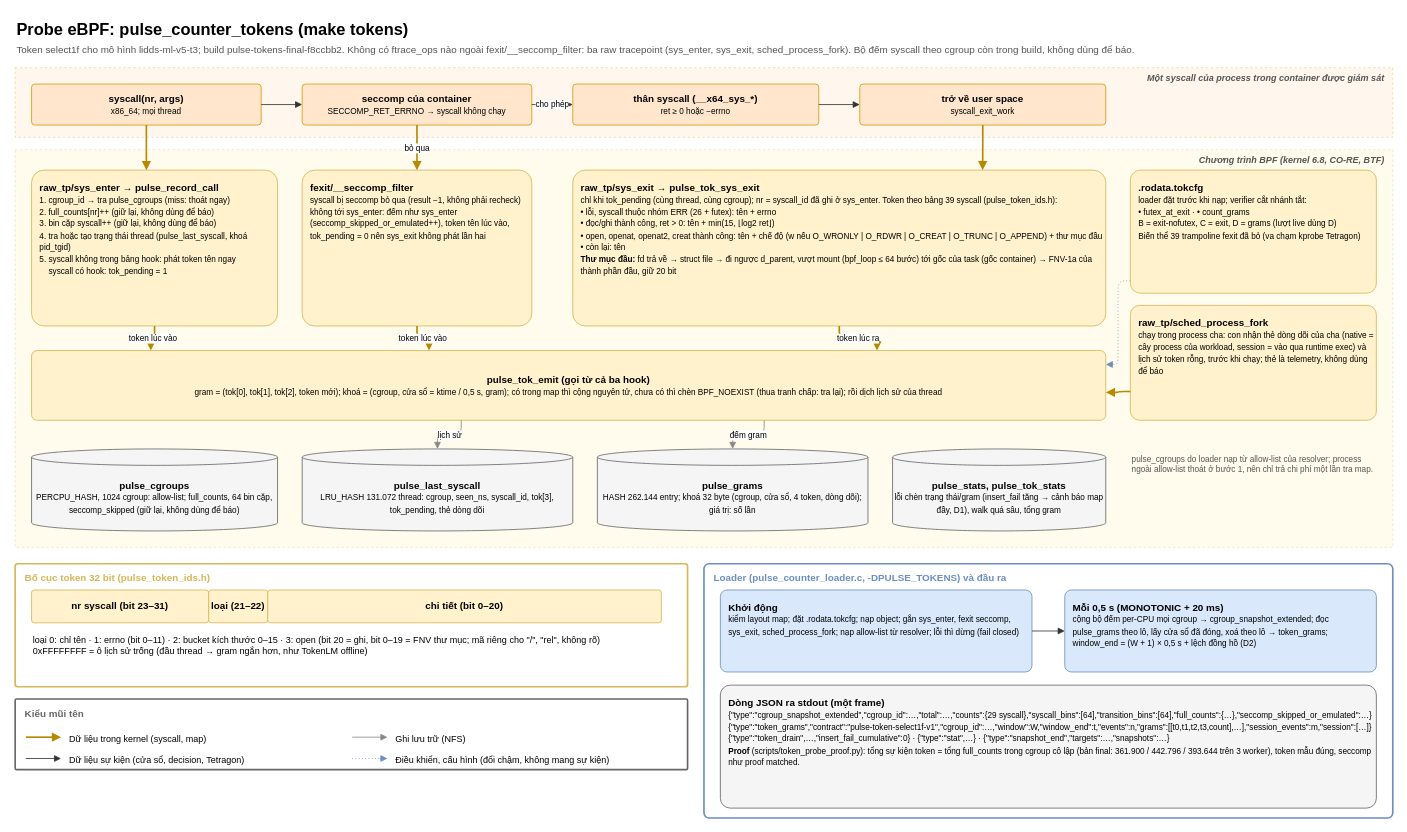
This is page "2. Probe eBPF trong kernel" (2 of 5) of docs/architecture/sentinel-pulse-architecture.drawio from tndat-dev/eBPF-project, a draw.io file, before an edit. Source tidied: cells renumbered, new cells numbered last; positions are measured from the earlier drawing's top-left corner, leaving out a move shared by most shapes. Both pictures are drawn from the tidied source at 82%, with x=0, y=0 at pixel (15, 14).
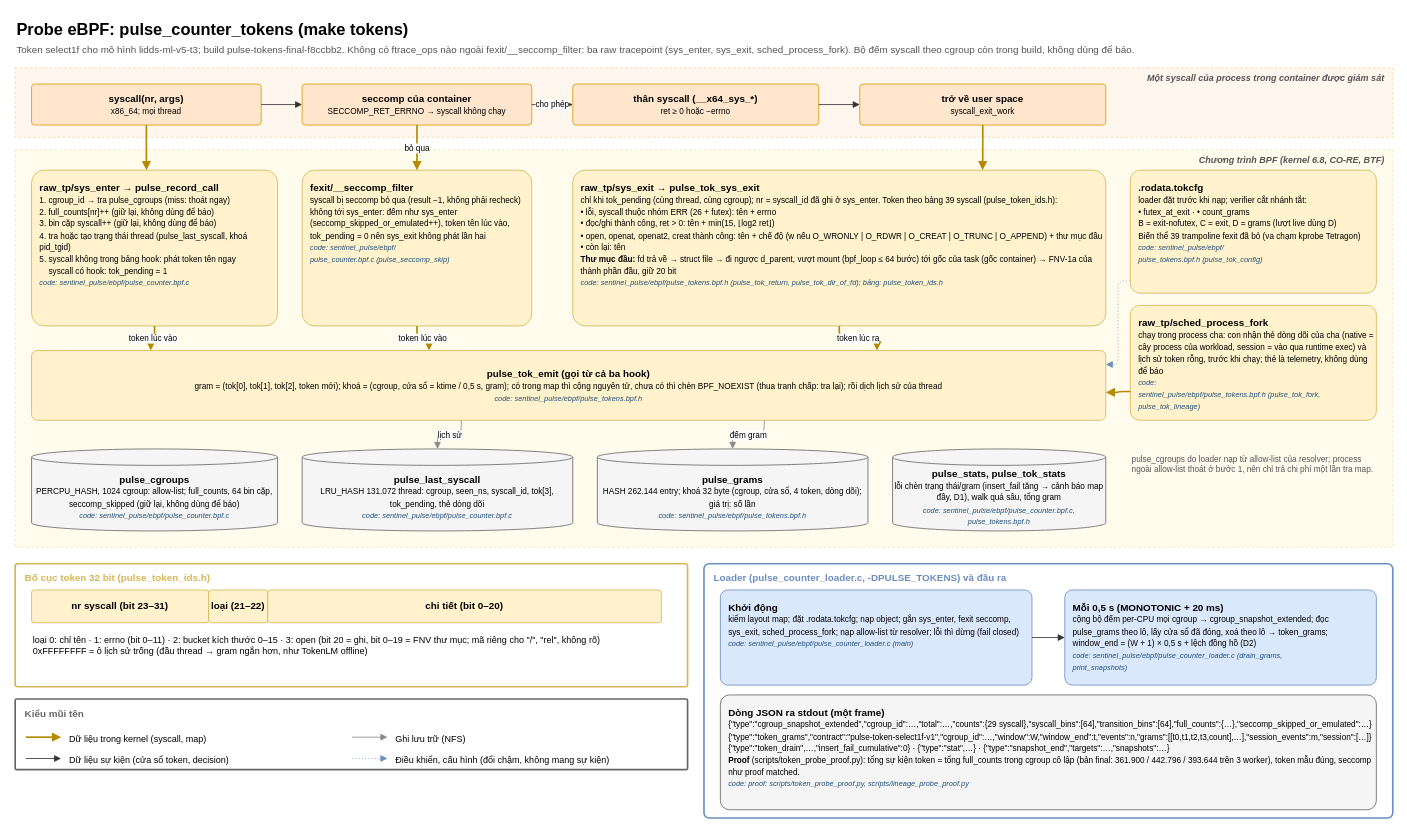
The same page after the edit.

Diff of the diagram source:
```diff
@@
-    <mxCell id="13" value="&lt;b&gt;raw_tp/sys_enter → pulse_record_call&lt;/b&gt;&lt;br&gt;&lt;font style=&quot;font-size:10px&quot;&gt;1. cgroup_id → tra pulse_cgroups (miss: thoát ngay)&lt;br&gt;2. full_counts[nr]++ (giữ lại, không dùng để báo)&lt;br&gt;3. bin cặp syscall++ (giữ lại, không dùng để báo)&lt;br&gt;4. tra hoặc tạo trạng thái thread (pulse_last_syscall, khoá pid_tgid)&lt;br&gt;5. syscall không trong bảng hook: phát token tên ngay&lt;br&gt;&amp;nbsp;&amp;nbsp;&amp;nbsp;&amp;nbsp;syscall có hook: tok_pending = 1&lt;/font&gt;" style="rounded=1;whiteSpace=wrap;html=1;fillColor=#FFF2CC;strokeColor=#D6B656;arcSize=8;fontSize=12;align=left;spacing=4;verticalAlign=top;spacingTop=6;spacingLeft=6;" parent="1" vertex="1">
+    <mxCell id="13" value="&lt;b&gt;raw_tp/sys_enter → pulse_record_call&lt;/b&gt;&lt;br&gt;&lt;font style=&quot;font-size:10px&quot;&gt;1. cgroup_id → tra pulse_cgroups (miss: thoát ngay)&lt;br&gt;2. full_counts[nr]++ (giữ lại, không dùng để báo)&lt;br&gt;3. bin cặp syscall++ (giữ lại, không dùng để báo)&lt;br&gt;4. tra hoặc tạo trạng thái thread (pulse_last_syscall, khoá pid_tgid)&lt;br&gt;5. syscall không trong bảng hook: phát token tên ngay&lt;br&gt;&amp;nbsp;&amp;nbsp;&amp;nbsp;&amp;nbsp;syscall có hook: tok_pending = 1&lt;/font&gt;&lt;br&gt;&lt;font style=&quot;font-size:9px&quot; color=&quot;#1F4E79&quot;&gt;&lt;i&gt;code: sentinel_pulse/ebpf/pulse_counter.bpf.c&lt;/i&gt;&lt;/font&gt;" style="rounded=1;whiteSpace=wrap;html=1;fillColor=#FFF2CC;strokeColor=#D6B656;arcSize=8;fontSize=12;align=left;spacing=4;verticalAlign=top;spacingTop=6;spacingLeft=6;" parent="1" vertex="1">
       <mxGeometry x="20" y="190" width="300" height="190" as="geometry" />
     </mxCell>
-    <mxCell id="14" value="&lt;b&gt;fexit/__seccomp_filter&lt;/b&gt;&lt;br&gt;&lt;font style=&quot;font-size:10px&quot;&gt;syscall bị seccomp bỏ qua (result −1, không phải recheck) không tới sys_enter: đếm như sys_enter (seccomp_skipped_or_emulated++), token tên lúc vào, tok_pending = 0 nên sys_exit không phát lần hai&lt;/font&gt;" style="rounded=1;whiteSpace=wrap;html=1;fillColor=#FFF2CC;strokeColor=#D6B656;arcSize=8;fontSize=12;align=left;spacing=4;verticalAlign=top;spacingTop=6;spacingLeft=6;" parent="1" vertex="1">
+    <mxCell id="14" value="&lt;b&gt;fexit/__seccomp_filter&lt;/b&gt;&lt;br&gt;&lt;font style=&quot;font-size:10px&quot;&gt;syscall bị seccomp bỏ qua (result −1, không phải recheck) không tới sys_enter: đếm như sys_enter (seccomp_skipped_or_emulated++), token tên lúc vào, tok_pending = 0 nên sys_exit không phát lần hai&lt;/font&gt;&lt;br&gt;&lt;font style=&quot;font-size:9px&quot; color=&quot;#1F4E79&quot;&gt;&lt;i&gt;code: sentinel_pulse/ebpf/&lt;br&gt;pulse_counter.bpf.c (pulse_seccomp_skip)&lt;/i&gt;&lt;/font&gt;" style="rounded=1;whiteSpace=wrap;html=1;fillColor=#FFF2CC;strokeColor=#D6B656;arcSize=8;fontSize=12;align=left;spacing=4;verticalAlign=top;spacingTop=6;spacingLeft=6;" parent="1" vertex="1">
       <mxGeometry x="350" y="190" width="280" height="190" as="geometry" />
     </mxCell>
-    <mxCell id="15" value="&lt;b&gt;raw_tp/sys_exit → pulse_tok_sys_exit&lt;/b&gt;&lt;br&gt;&lt;font style=&quot;font-size:10px&quot;&gt;chỉ khi tok_pending (cùng thread, cùng cgroup); nr = syscall_id đã ghi ở sys_enter. Token theo bảng 39 syscall (pulse_token_ids.h):&lt;br&gt;• lỗi, syscall thuộc nhóm ERR (26 + futex): tên + errno&lt;br&gt;• đọc/ghi thành công, ret &amp;gt; 0: tên + min(15, ⌊log2 ret⌋)&lt;br&gt;• open, openat, openat2, creat thành công: tên + chế độ (w nếu O_WRONLY | O_RDWR | O_CREAT | O_TRUNC | O_APPEND) + thư mục đầu&lt;br&gt;• còn lại: tên&lt;br&gt;&lt;b&gt;Thư mục đầu:&lt;/b&gt; fd trả về → struct file → đi ngược d_parent, vượt mount (bpf_loop ≤ 64 bước) tới gốc của task (gốc container) → FNV-1a của thành phần đầu, giữ 20 bit&lt;/font&gt;" style="rounded=1;whiteSpace=wrap;html=1;fillColor=#FFF2CC;strokeColor=#D6B656;arcSize=8;fontSize=12;align=left;spacing=4;verticalAlign=top;spacingTop=6;spacingLeft=6;" parent="1" vertex="1">
+    <mxCell id="15" value="&lt;b&gt;raw_tp/sys_exit → pulse_tok_sys_exit&lt;/b&gt;&lt;br&gt;&lt;font style=&quot;font-size:10px&quot;&gt;chỉ khi tok_pending (cùng thread, cùng cgroup); nr = syscall_id đã ghi ở sys_enter. Token theo bảng 39 syscall (pulse_token_ids.h):&lt;br&gt;• lỗi, syscall thuộc nhóm ERR (26 + futex): tên + errno&lt;br&gt;• đọc/ghi thành công, ret &amp;gt; 0: tên + min(15, ⌊log2 ret⌋)&lt;br&gt;• open, openat, openat2, creat thành công: tên + chế độ (w nếu O_WRONLY | O_RDWR | O_CREAT | O_TRUNC | O_APPEND) + thư mục đầu&lt;br&gt;• còn lại: tên&lt;br&gt;&lt;b&gt;Thư mục đầu:&lt;/b&gt; fd trả về → struct file → đi ngược d_parent, vượt mount (bpf_loop ≤ 64 bước) tới gốc của task (gốc container) → FNV-1a của thành phần đầu, giữ 20 bit&lt;/font&gt;&lt;br&gt;&lt;font style=&quot;font-size:9px&quot; color=&quot;#1F4E79&quot;&gt;&lt;i&gt;code: sentinel_pulse/ebpf/pulse_tokens.bpf.h (pulse_tok_return, pulse_tok_dir_of_fd); bảng: pulse_token_ids.h&lt;/i&gt;&lt;/font&gt;" style="rounded=1;whiteSpace=wrap;html=1;fillColor=#FFF2CC;strokeColor=#D6B656;arcSize=8;fontSize=12;align=left;spacing=4;verticalAlign=top;spacingTop=6;spacingLeft=6;" parent="1" vertex="1">
       <mxGeometry x="680" y="190" width="650" height="190" as="geometry" />
     </mxCell>
-    <mxCell id="16" value="&lt;b&gt;.rodata.tokcfg&lt;/b&gt;&lt;br&gt;&lt;font style=&quot;font-size:10px&quot;&gt;loader đặt trước khi nạp; verifier cắt nhánh tắt:&lt;br&gt;• futex_at_exit · • count_grams&lt;br&gt;B = exit-nofutex, C = exit, D = grams (lượt live dùng D)&lt;br&gt;Biến thể 39 trampoline fexit đã bỏ (va chạm kprobe Tetragon)&lt;/font&gt;" style="rounded=1;whiteSpace=wrap;html=1;fillColor=#FFF2CC;strokeColor=#D6B656;arcSize=8;fontSize=12;align=left;spacing=4;verticalAlign=top;spacingTop=6;spacingLeft=6;" parent="1" vertex="1">
+    <mxCell id="16" value="&lt;b&gt;.rodata.tokcfg&lt;/b&gt;&lt;br&gt;&lt;font style=&quot;font-size:10px&quot;&gt;loader đặt trước khi nạp; verifier cắt nhánh tắt:&lt;br&gt;• futex_at_exit · • count_grams&lt;br&gt;B = exit-nofutex, C = exit, D = grams (lượt live dùng D)&lt;br&gt;Biến thể 39 trampoline fexit đã bỏ (va chạm kprobe Tetragon)&lt;/font&gt;&lt;br&gt;&lt;font style=&quot;font-size:9px&quot; color=&quot;#1F4E79&quot;&gt;&lt;i&gt;code: sentinel_pulse/ebpf/&lt;br&gt;pulse_tokens.bpf.h (pulse_tok_config)&lt;/i&gt;&lt;/font&gt;" style="rounded=1;whiteSpace=wrap;html=1;fillColor=#FFF2CC;strokeColor=#D6B656;arcSize=8;fontSize=12;align=left;spacing=4;verticalAlign=top;spacingTop=6;spacingLeft=6;" parent="1" vertex="1">
       <mxGeometry x="1360" y="190" width="300" height="150" as="geometry" />
     </mxCell>
-    <mxCell id="17" value="&lt;b&gt;raw_tp/sched_process_fork&lt;/b&gt;&lt;br&gt;&lt;font style=&quot;font-size:10px&quot;&gt;chạy trong process cha: con nhận thẻ dòng dõi của cha (native = cây process của workload, session = vào qua runtime exec) và lịch sử token rỗng, trước khi chạy; thẻ là telemetry, không dùng để báo&lt;/font&gt;" style="rounded=1;whiteSpace=wrap;html=1;fillColor=#FFF2CC;strokeColor=#D6B656;arcSize=8;fontSize=12;align=left;spacing=4;verticalAlign=top;spacingTop=6;spacingLeft=6;" parent="1" vertex="1">
+    <mxCell id="17" value="&lt;b&gt;raw_tp/sched_process_fork&lt;/b&gt;&lt;br&gt;&lt;font style=&quot;font-size:10px&quot;&gt;chạy trong process cha: con nhận thẻ dòng dõi của cha (native = cây process của workload, session = vào qua runtime exec) và lịch sử token rỗng, trước khi chạy; thẻ là telemetry, không dùng để báo&lt;/font&gt;&lt;br&gt;&lt;font style=&quot;font-size:9px&quot; color=&quot;#1F4E79&quot;&gt;&lt;i&gt;code:&lt;br&gt;sentinel_pulse/ebpf/pulse_tokens.bpf.h (pulse_tok_fork,&lt;br&gt;pulse_tok_lineage)&lt;/i&gt;&lt;/font&gt;" style="rounded=1;whiteSpace=wrap;html=1;fillColor=#FFF2CC;strokeColor=#D6B656;arcSize=8;fontSize=12;align=left;spacing=4;verticalAlign=top;spacingTop=6;spacingLeft=6;" parent="1" vertex="1">
       <mxGeometry x="1360" y="355" width="300" height="140" as="geometry" />
     </mxCell>
-    <mxCell id="18" value="&lt;b&gt;pulse_tok_emit (gọi từ cả ba hook)&lt;/b&gt;&lt;br&gt;&lt;font style=&quot;font-size:10px&quot;&gt;gram = (tok[0], tok[1], tok[2], token mới); khoá = (cgroup, cửa sổ = ktime / 0,5 s, gram); có trong map thì cộng nguyên tử, chưa có thì chèn BPF_NOEXIST (thua tranh chấp: tra lại); rồi dịch lịch sử của thread&lt;/font&gt;" style="rounded=1;whiteSpace=wrap;html=1;fillColor=#FFF2CC;strokeColor=#D6B656;arcSize=8;fontSize=12;align=center;spacing=4;" parent="1" vertex="1">
+    <mxCell id="18" value="&lt;b&gt;pulse_tok_emit (gọi từ cả ba hook)&lt;/b&gt;&lt;br&gt;&lt;font style=&quot;font-size:10px&quot;&gt;gram = (tok[0], tok[1], tok[2], token mới); khoá = (cgroup, cửa sổ = ktime / 0,5 s, gram); có trong map thì cộng nguyên tử, chưa có thì chèn BPF_NOEXIST (thua tranh chấp: tra lại); rồi dịch lịch sử của thread&lt;/font&gt;&lt;br&gt;&lt;font style=&quot;font-size:9px&quot; color=&quot;#1F4E79&quot;&gt;&lt;i&gt;code: sentinel_pulse/ebpf/pulse_tokens.bpf.h&lt;/i&gt;&lt;/font&gt;" style="rounded=1;whiteSpace=wrap;html=1;fillColor=#FFF2CC;strokeColor=#D6B656;arcSize=8;fontSize=12;align=center;spacing=4;" parent="1" vertex="1">
       <mxGeometry x="20" y="410" width="1310" height="85" as="geometry" />
     </mxCell>
@@
-    <mxCell id="27" value="&lt;b&gt;pulse_cgroups&lt;/b&gt;&lt;br&gt;&lt;font style=&quot;font-size:10px&quot;&gt;PERCPU_HASH, 1024 cgroup: allow-list; full_counts, 64 bin cặp, seccomp_skipped (giữ lại, không dùng để báo)&lt;/font&gt;" style="shape=cylinder3;whiteSpace=wrap;html=1;boundedLbl=1;backgroundOutline=1;size=10;fillColor=#F5F5F5;strokeColor=#666666;fontSize=12;" parent="1" vertex="1">
+    <mxCell id="27" value="&lt;b&gt;pulse_cgroups&lt;/b&gt;&lt;br&gt;&lt;font style=&quot;font-size:10px&quot;&gt;PERCPU_HASH, 1024 cgroup: allow-list; full_counts, 64 bin cặp, seccomp_skipped (giữ lại, không dùng để báo)&lt;/font&gt;&lt;br&gt;&lt;font style=&quot;font-size:9px&quot; color=&quot;#1F4E79&quot;&gt;&lt;i&gt;code: sentinel_pulse/ebpf/pulse_counter.bpf.c&lt;/i&gt;&lt;/font&gt;" style="shape=cylinder3;whiteSpace=wrap;html=1;boundedLbl=1;backgroundOutline=1;size=10;fillColor=#F5F5F5;strokeColor=#666666;fontSize=12;" parent="1" vertex="1">
       <mxGeometry x="20" y="530" width="300" height="100" as="geometry" />
     </mxCell>
-    <mxCell id="28" value="&lt;b&gt;pulse_last_syscall&lt;/b&gt;&lt;br&gt;&lt;font style=&quot;font-size:10px&quot;&gt;LRU_HASH 131.072 thread: cgroup, seen_ns, syscall_id, tok[3], tok_pending, thẻ dòng dõi&lt;/font&gt;" style="shape=cylinder3;whiteSpace=wrap;html=1;boundedLbl=1;backgroundOutline=1;size=10;fillColor=#F5F5F5;strokeColor=#666666;fontSize=12;" parent="1" vertex="1">
+    <mxCell id="28" value="&lt;b&gt;pulse_last_syscall&lt;/b&gt;&lt;br&gt;&lt;font style=&quot;font-size:10px&quot;&gt;LRU_HASH 131.072 thread: cgroup, seen_ns, syscall_id, tok[3], tok_pending, thẻ dòng dõi&lt;/font&gt;&lt;br&gt;&lt;font style=&quot;font-size:9px&quot; color=&quot;#1F4E79&quot;&gt;&lt;i&gt;code: sentinel_pulse/ebpf/pulse_counter.bpf.c&lt;/i&gt;&lt;/font&gt;" style="shape=cylinder3;whiteSpace=wrap;html=1;boundedLbl=1;backgroundOutline=1;size=10;fillColor=#F5F5F5;strokeColor=#666666;fontSize=12;" parent="1" vertex="1">
       <mxGeometry x="350" y="530" width="330" height="100" as="geometry" />
     </mxCell>
-    <mxCell id="29" value="&lt;b&gt;pulse_grams&lt;/b&gt;&lt;br&gt;&lt;font style=&quot;font-size:10px&quot;&gt;HASH 262.144 entry; khoá 32 byte (cgroup, cửa sổ, 4 token, dòng dõi); giá trị: số lần&lt;/font&gt;" style="shape=cylinder3;whiteSpace=wrap;html=1;boundedLbl=1;backgroundOutline=1;size=10;fillColor=#F5F5F5;strokeColor=#666666;fontSize=12;" parent="1" vertex="1">
+    <mxCell id="29" value="&lt;b&gt;pulse_grams&lt;/b&gt;&lt;br&gt;&lt;font style=&quot;font-size:10px&quot;&gt;HASH 262.144 entry; khoá 32 byte (cgroup, cửa sổ, 4 token, dòng dõi); giá trị: số lần&lt;/font&gt;&lt;br&gt;&lt;font style=&quot;font-size:9px&quot; color=&quot;#1F4E79&quot;&gt;&lt;i&gt;code: sentinel_pulse/ebpf/pulse_tokens.bpf.h&lt;/i&gt;&lt;/font&gt;" style="shape=cylinder3;whiteSpace=wrap;html=1;boundedLbl=1;backgroundOutline=1;size=10;fillColor=#F5F5F5;strokeColor=#666666;fontSize=12;" parent="1" vertex="1">
       <mxGeometry x="710" y="530" width="330" height="100" as="geometry" />
     </mxCell>
-    <mxCell id="30" value="&lt;b&gt;pulse_stats, pulse_tok_stats&lt;/b&gt;&lt;br&gt;&lt;font style=&quot;font-size:10px&quot;&gt;lỗi chèn trạng thái/gram (insert_fail tăng → cảnh báo map đầy, D1), walk quá sâu, tổng gram&lt;/font&gt;" style="shape=cylinder3;whiteSpace=wrap;html=1;boundedLbl=1;backgroundOutline=1;size=10;fillColor=#F5F5F5;strokeColor=#666666;fontSize=12;" parent="1" vertex="1">
+    <mxCell id="30" value="&lt;b&gt;pulse_stats, pulse_tok_stats&lt;/b&gt;&lt;br&gt;&lt;font style=&quot;font-size:10px&quot;&gt;lỗi chèn trạng thái/gram (insert_fail tăng → cảnh báo map đầy, D1), walk quá sâu, tổng gram&lt;/font&gt;&lt;br&gt;&lt;font style=&quot;font-size:9px&quot; color=&quot;#1F4E79&quot;&gt;&lt;i&gt;code: sentinel_pulse/ebpf/pulse_counter.bpf.c,&lt;br&gt;pulse_tokens.bpf.h&lt;/i&gt;&lt;/font&gt;" style="shape=cylinder3;whiteSpace=wrap;html=1;boundedLbl=1;backgroundOutline=1;size=10;fillColor=#F5F5F5;strokeColor=#666666;fontSize=12;" parent="1" vertex="1">
       <mxGeometry x="1070" y="530" width="260" height="100" as="geometry" />
     </mxCell>
@@
-    <mxCell id="40" value="&lt;b&gt;Khởi động&lt;/b&gt;&lt;br&gt;&lt;font style=&quot;font-size:10px&quot;&gt;kiểm layout map; đặt .rodata.tokcfg; nạp object; gắn sys_enter, fexit seccomp, sys_exit, sched_process_fork; nạp allow-list từ resolver; lỗi thì dừng (fail closed)&lt;/font&gt;" style="rounded=1;whiteSpace=wrap;html=1;fillColor=#DAE8FC;strokeColor=#6C8EBF;arcSize=8;fontSize=12;align=left;spacing=4;verticalAlign=top;spacingTop=6;spacingLeft=6;" parent="1" vertex="1">
-      <mxGeometry x="860" y="702" width="380" height="100" as="geometry" />
+    <mxCell id="40" value="&lt;b&gt;Khởi động&lt;/b&gt;&lt;br&gt;&lt;font style=&quot;font-size:10px&quot;&gt;kiểm layout map; đặt .rodata.tokcfg; nạp object; gắn sys_enter, fexit seccomp, sys_exit, sched_process_fork; nạp allow-list từ resolver; lỗi thì dừng (fail closed)&lt;/font&gt;&lt;br&gt;&lt;font style=&quot;font-size:9px&quot; color=&quot;#1F4E79&quot;&gt;&lt;i&gt;code: sentinel_pulse/ebpf/pulse_counter_loader.c (main)&lt;/i&gt;&lt;/font&gt;" style="rounded=1;whiteSpace=wrap;html=1;fillColor=#DAE8FC;strokeColor=#6C8EBF;arcSize=8;fontSize=12;align=left;spacing=4;verticalAlign=top;spacingTop=6;spacingLeft=6;" parent="1" vertex="1">
+      <mxGeometry x="860" y="702" width="380" height="116" as="geometry" />
     </mxCell>
-    <mxCell id="41" value="&lt;b&gt;Mỗi 0,5 s (MONOTONIC + 20 ms)&lt;/b&gt;&lt;br&gt;&lt;font style=&quot;font-size:10px&quot;&gt;cộng bộ đếm per-CPU mọi cgroup → cgroup_snapshot_extended; đọc pulse_grams theo lô, lấy cửa sổ đã đóng, xoá theo lô → token_grams; window_end = (W + 1) × 0,5 s + lệch đồng hồ (D2)&lt;/font&gt;" style="rounded=1;whiteSpace=wrap;html=1;fillColor=#DAE8FC;strokeColor=#6C8EBF;arcSize=8;fontSize=12;align=left;spacing=4;verticalAlign=top;spacingTop=6;spacingLeft=6;" parent="1" vertex="1">
-      <mxGeometry x="1280" y="702" width="380" height="100" as="geometry" />
+    <mxCell id="41" value="&lt;b&gt;Mỗi 0,5 s (MONOTONIC + 20 ms)&lt;/b&gt;&lt;br&gt;&lt;font style=&quot;font-size:10px&quot;&gt;cộng bộ đếm per-CPU mọi cgroup → cgroup_snapshot_extended; đọc pulse_grams theo lô, lấy cửa sổ đã đóng, xoá theo lô → token_grams; window_end = (W + 1) × 0,5 s + lệch đồng hồ (D2)&lt;/font&gt;&lt;br&gt;&lt;font style=&quot;font-size:9px&quot; color=&quot;#1F4E79&quot;&gt;&lt;i&gt;code: sentinel_pulse/ebpf/pulse_counter_loader.c (drain_grams,&lt;br&gt;print_snapshots)&lt;/i&gt;&lt;/font&gt;" style="rounded=1;whiteSpace=wrap;html=1;fillColor=#DAE8FC;strokeColor=#6C8EBF;arcSize=8;fontSize=12;align=left;spacing=4;verticalAlign=top;spacingTop=6;spacingLeft=6;" parent="1" vertex="1">
+      <mxGeometry x="1280" y="702" width="380" height="116" as="geometry" />
     </mxCell>
-    <mxCell id="42" value="&lt;b&gt;Dòng JSON ra stdout (một frame)&lt;/b&gt;&lt;br&gt;&lt;font style=&quot;font-size:10px&quot;&gt;{&quot;type&quot;:&quot;cgroup_snapshot_extended&quot;,&quot;cgroup_id&quot;:…,&quot;total&quot;:…,&quot;counts&quot;:{29 syscall},&quot;syscall_bins&quot;:[64],&quot;transition_bins&quot;:[64],&quot;full_counts&quot;:{…},&quot;seccomp_skipped_or_emulated&quot;:…}&lt;br&gt;{&quot;type&quot;:&quot;token_grams&quot;,&quot;contract&quot;:&quot;pulse-token-select1f-v1&quot;,&quot;cgroup_id&quot;:…,&quot;window&quot;:W,&quot;window_end&quot;:t,&quot;events&quot;:n,&quot;grams&quot;:[[t0,t1,t2,t3,count],…],&quot;session_events&quot;:m,&quot;session&quot;:[…]}&lt;br&gt;{&quot;type&quot;:&quot;token_drain&quot;,…,&quot;insert_fail_cumulative&quot;:0} · {&quot;type&quot;:&quot;stat&quot;,…} · {&quot;type&quot;:&quot;snapshot_end&quot;,&quot;targets&quot;:…,&quot;snapshots&quot;:…}&lt;br&gt;&lt;b&gt;Proof&lt;/b&gt; (scripts/token_probe_proof.py): tổng sự kiện token = tổng full_counts trong cgroup cô lập (bản final: 361.900 / 442.796 / 393.644 trên 3 worker), token mẫu đúng, seccomp như proof matched.&lt;/font&gt;" style="rounded=1;whiteSpace=wrap;html=1;fillColor=#F5F5F5;strokeColor=#666666;arcSize=8;fontSize=12;align=left;spacing=4;verticalAlign=top;spacingTop=6;spacingLeft=6;" parent="1" vertex="1">
-      <mxGeometry x="860" y="818" width="800" height="150" as="geometry" />
+    <mxCell id="42" value="&lt;b&gt;Dòng JSON ra stdout (một frame)&lt;/b&gt;&lt;br&gt;&lt;font style=&quot;font-size:10px&quot;&gt;{&quot;type&quot;:&quot;cgroup_snapshot_extended&quot;,&quot;cgroup_id&quot;:…,&quot;total&quot;:…,&quot;counts&quot;:{29 syscall},&quot;syscall_bins&quot;:[64],&quot;transition_bins&quot;:[64],&quot;full_counts&quot;:{…},&quot;seccomp_skipped_or_emulated&quot;:…}&lt;br&gt;{&quot;type&quot;:&quot;token_grams&quot;,&quot;contract&quot;:&quot;pulse-token-select1f-v1&quot;,&quot;cgroup_id&quot;:…,&quot;window&quot;:W,&quot;window_end&quot;:t,&quot;events&quot;:n,&quot;grams&quot;:[[t0,t1,t2,t3,count],…],&quot;session_events&quot;:m,&quot;session&quot;:[…]}&lt;br&gt;{&quot;type&quot;:&quot;token_drain&quot;,…,&quot;insert_fail_cumulative&quot;:0} · {&quot;type&quot;:&quot;stat&quot;,…} · {&quot;type&quot;:&quot;snapshot_end&quot;,&quot;targets&quot;:…,&quot;snapshots&quot;:…}&lt;br&gt;&lt;b&gt;Proof&lt;/b&gt; (scripts/token_probe_proof.py): tổng sự kiện token = tổng full_counts trong cgroup cô lập (bản final: 361.900 / 442.796 / 393.644 trên 3 worker), token mẫu đúng, seccomp như proof matched.&lt;/font&gt;&lt;br&gt;&lt;font style=&quot;font-size:9px&quot; color=&quot;#1F4E79&quot;&gt;&lt;i&gt;code: proof: scripts/token_probe_proof.py, scripts/lineage_probe_proof.py&lt;/i&gt;&lt;/font&gt;" style="rounded=1;whiteSpace=wrap;html=1;fillColor=#F5F5F5;strokeColor=#666666;arcSize=8;fontSize=12;align=left;spacing=4;verticalAlign=top;spacingTop=6;spacingLeft=6;" parent="1" vertex="1">
+      <mxGeometry x="860" y="830" width="800" height="140" as="geometry" />
     </mxCell>
@@
-    <mxCell id="52" value="Dữ liệu sự kiện (cửa sổ, decision, Tetragon)" style="text;html=1;whiteSpace=wrap;align=left;verticalAlign=top;fontSize=11;" parent="1" vertex="1">
+    <mxCell id="52" value="Dữ liệu sự kiện (cửa sổ token, decision)" style="text;html=1;whiteSpace=wrap;align=left;verticalAlign=top;fontSize=11;" parent="1" vertex="1">
       <mxGeometry x="64" y="897" width="342" height="22" as="geometry" />
     </mxCell>
```
